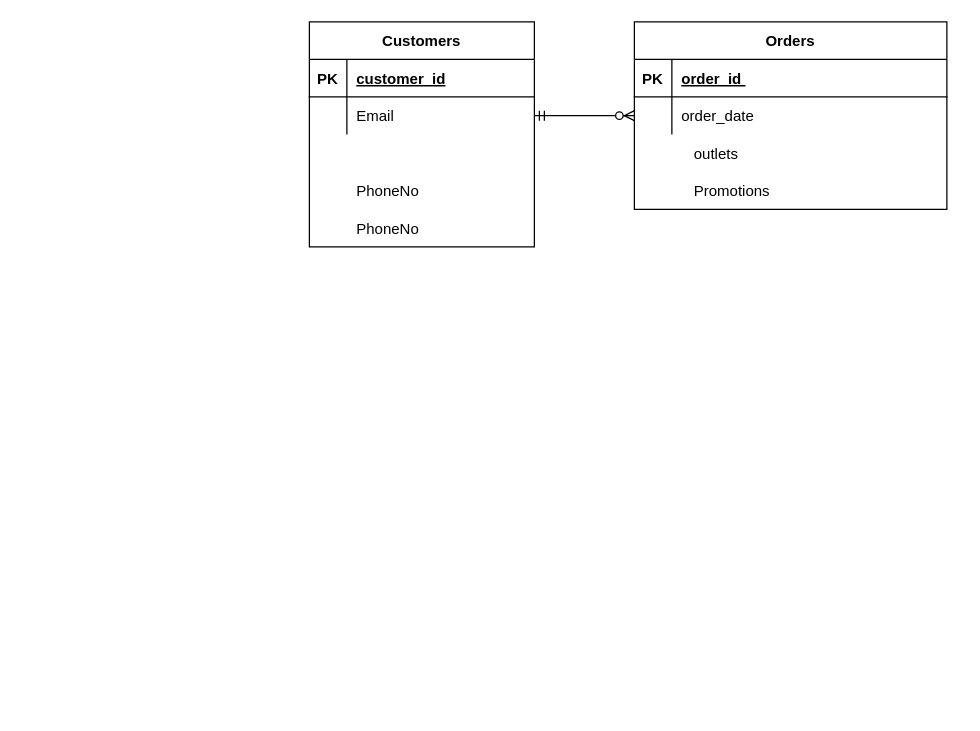
Before: Untitled Diagram.drawio in GoodJeans/Database_ICT330, a draw.io diagram. Source tidied: cells renumbered, new cells numbered last; positions are measured from the earlier drawing's top-left corner, leaving out a move shared by most shapes. Both pictures are drawn from the tidied source at 125%, with x=0, y=0 at pixel (309, 21).
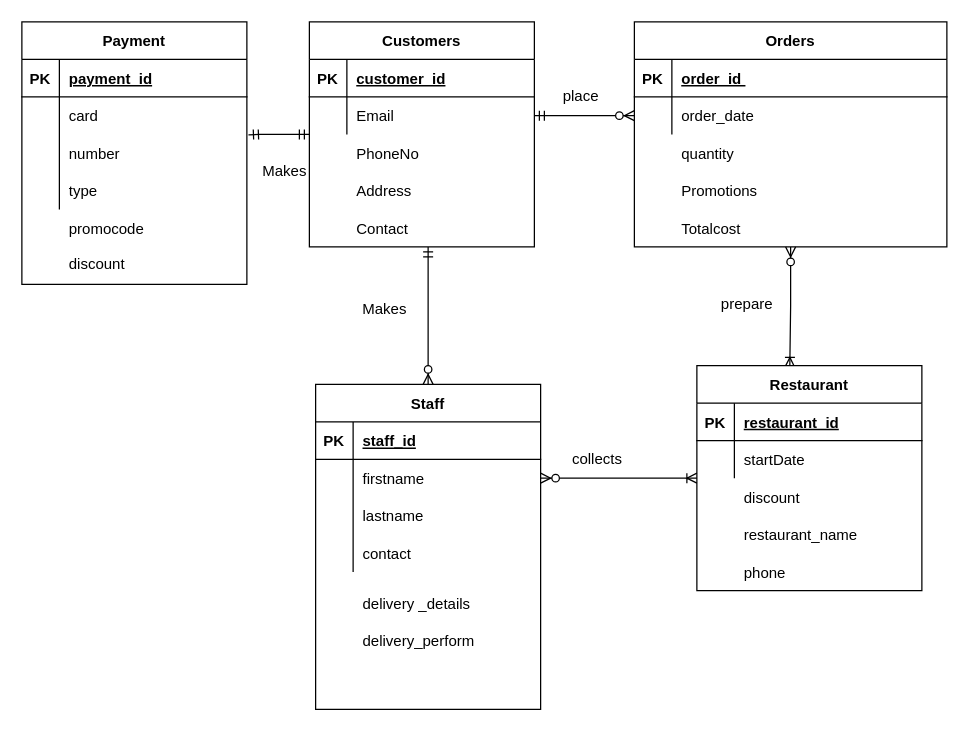
The same page after the edit.

Unchanged cells that the change refers to:
```xml
<mxCell id="9" value="Customers" style="shape=table;startSize=30;childLayout=tableLayout;rowLines=0;fontStyle=1;align=center;" parent="1" vertex="1">
  <mxGeometry width="180" height="180" as="geometry" />
</mxCell>
```

Diff of the diagram source:
```diff
@@
     <mxCell id="3" style="shape=partialRectangle;fillColor=none;top=0;left=0;right=0;bottom=0;" parent="1" vertex="1">
-      <mxGeometry x="270" y="90" width="250" height="30" as="geometry" />
+      <mxGeometry x="260" y="90" width="250" height="30" as="geometry" />
     </mxCell>
@@
-    <mxCell id="5" value="outlets" style="shape=partialRectangle;overflow=hidden;fillColor=none;top=0;left=0;bottom=0;right=0;align=left;spacingLeft=6;" parent="3" vertex="1">
+    <mxCell id="5" value="quantity" style="shape=partialRectangle;overflow=hidden;fillColor=none;top=0;left=0;bottom=0;right=0;align=left;spacingLeft=6;" parent="3" vertex="1">
       <mxGeometry x="30" width="220" height="30" as="geometry" />
     </mxCell>
     <mxCell id="6" value="Promotions" style="shape=partialRectangle;overflow=hidden;fillColor=none;top=0;left=0;bottom=0;right=0;align=left;spacingLeft=6;" parent="1" vertex="1">
-      <mxGeometry x="300" y="120" width="220" height="30" as="geometry" />
+      <mxGeometry x="290" y="120" width="190" height="30" as="geometry" />
     </mxCell>
     <mxCell id="7" value="PhoneNo" style="shape=partialRectangle;overflow=hidden;fillColor=none;top=0;left=0;bottom=0;right=0;align=left;spacingLeft=6;" parent="1" vertex="1">
-      <mxGeometry x="30" y="120" width="150" height="30" as="geometry" />
+      <mxGeometry x="30" y="90" width="150" height="30" as="geometry" />
     </mxCell>
-    <mxCell id="8" value="PhoneNo" style="shape=partialRectangle;overflow=hidden;fillColor=none;top=0;left=0;bottom=0;right=0;align=left;spacingLeft=6;" parent="1" vertex="1">
-      <mxGeometry x="30" y="150" width="150" height="30" as="geometry" />
+    <mxCell id="8" value="Address" style="shape=partialRectangle;overflow=hidden;fillColor=none;top=0;left=0;bottom=0;right=0;align=left;spacingLeft=6;" parent="1" vertex="1">
+      <mxGeometry x="30" y="120" width="150" height="30" as="geometry" />
     </mxCell>
+    <mxCell id="23" style="edgeStyle=orthogonalEdgeStyle;rounded=0;jettySize=auto;html=1;entryX=1.007;entryY=0.011;entryDx=0;entryDy=0;entryPerimeter=0;startArrow=ERmandOne;startFill=0;endArrow=ERmandOne;endFill=0;" parent="1" edge="1" source="9" target="43">
+      <mxGeometry relative="1" as="geometry">
+        <Array as="points">
+          <mxPoint x="-40" y="90" />
+          <mxPoint x="-40" y="90" />
+        </Array>
+      </mxGeometry>
+    </mxCell>
@@
+    <mxCell id="24" style="edgeStyle=orthogonalEdgeStyle;rounded=0;jettySize=auto;html=1;entryX=0.413;entryY=0.008;entryDx=0;entryDy=0;entryPerimeter=0;startArrow=ERzeroToMany;startFill=1;endArrow=ERoneToMany;endFill=0;" parent="1" edge="1" source="16" target="71">
+      <mxGeometry relative="1" as="geometry" />
+    </mxCell>
     <mxCell id="16" value="Orders" style="shape=table;startSize=30;childLayout=tableLayout;rowLines=0;fontStyle=1;align=center;" parent="1" vertex="1">
-      <mxGeometry x="260" width="250" height="150" as="geometry" />
+      <mxGeometry x="260" width="250" height="180" as="geometry" />
     </mxCell>
@@
+    <mxCell id="25" value="Contact" style="shape=partialRectangle;overflow=hidden;fillColor=none;top=0;left=0;bottom=0;right=0;align=left;spacingLeft=6;" parent="1" vertex="1">
+      <mxGeometry x="30" y="150" width="150" height="30" as="geometry" />
+    </mxCell>
+    <mxCell id="26" value="place" style="text;html=1;align=center;verticalAlign=middle;" parent="1" vertex="1">
+      <mxGeometry x="197" y="50" width="40" height="20" as="geometry" />
+    </mxCell>
+    <mxCell id="27" value="Totalcost" style="shape=partialRectangle;overflow=hidden;fillColor=none;top=0;left=0;bottom=0;right=0;align=left;spacingLeft=6;" parent="1" vertex="1">
+      <mxGeometry x="290" y="150" width="190" height="30" as="geometry" />
+    </mxCell>
+    <mxCell id="28" value="discount" style="shape=partialRectangle;fillColor=none;top=0;left=0;bottom=0;right=0;align=left;spacingLeft=6;overflow=hidden;" parent="1" vertex="1">
+      <mxGeometry x="-200" y="178" width="150" height="30" as="geometry" />
+    </mxCell>
+    <mxCell id="29" value="promocode" style="shape=partialRectangle;fillColor=none;top=0;left=0;bottom=0;right=0;align=left;spacingLeft=6;overflow=hidden;" parent="1" vertex="1">
+      <mxGeometry x="-200" y="150" width="150" height="30" as="geometry" />
+    </mxCell>
+    <mxCell id="30" value="discount" style="shape=partialRectangle;overflow=hidden;fillColor=none;top=0;left=0;bottom=0;right=0;align=left;spacingLeft=6;" parent="1" vertex="1">
+      <mxGeometry x="340" y="365" width="150" height="30" as="geometry" />
+    </mxCell>
+    <mxCell id="31" value="restaurant_name" style="shape=partialRectangle;overflow=hidden;fillColor=none;top=0;left=0;bottom=0;right=0;align=left;spacingLeft=6;" parent="1" vertex="1">
+      <mxGeometry x="340" y="395" width="150" height="30" as="geometry" />
+    </mxCell>
+    <mxCell id="32" value="phone" style="shape=partialRectangle;overflow=hidden;fillColor=none;top=0;left=0;bottom=0;right=0;align=left;spacingLeft=6;" parent="1" vertex="1">
+      <mxGeometry x="340" y="425" width="150" height="30" as="geometry" />
+    </mxCell>
+    <mxCell id="33" style="shape=partialRectangle;fillColor=none;top=0;left=0;right=0;bottom=0;" parent="1" vertex="1">
+      <mxGeometry x="310" y="210" width="70" height="30" as="geometry" />
+    </mxCell>
+    <mxCell id="34" style="shape=partialRectangle;overflow=hidden;fillColor=none;top=0;left=0;bottom=0;right=0;" parent="33" vertex="1">
+      <mxGeometry width="11.7" height="30" as="geometry" />
+    </mxCell>
+    <mxCell id="35" value="prepare" style="shape=partialRectangle;overflow=hidden;fillColor=none;top=0;left=0;bottom=0;right=0;align=left;spacingLeft=6;" parent="33" vertex="1">
+      <mxGeometry x="11.7" width="58.3" height="30" as="geometry" />
+    </mxCell>
+    <mxCell id="36" value="Payment" style="shape=table;startSize=30;childLayout=tableLayout;rowLines=0;fontStyle=1;align=center;" parent="1" vertex="1">
+      <mxGeometry x="-230" width="180" height="210" as="geometry" />
+    </mxCell>
+    <mxCell id="37" style="shape=partialRectangle;fillColor=none;top=0;left=0;bottom=1;right=0;" parent="36" vertex="1">
+      <mxGeometry y="30" width="180" height="30" as="geometry" />
+    </mxCell>
+    <mxCell id="38" value="PK" style="shape=partialRectangle;fillColor=none;top=0;left=0;bottom=0;right=0;fontStyle=1;overflow=hidden;" parent="37" vertex="1">
+      <mxGeometry width="30" height="30" as="geometry" />
+    </mxCell>
+    <mxCell id="39" value="payment_id" style="shape=partialRectangle;fillColor=none;top=0;left=0;bottom=0;right=0;align=left;spacingLeft=6;fontStyle=5;overflow=hidden;" parent="37" vertex="1">
+      <mxGeometry x="30" width="150" height="30" as="geometry" />
+    </mxCell>
+    <mxCell id="40" style="shape=partialRectangle;fillColor=none;top=0;left=0;bottom=0;right=0;" parent="36" vertex="1">
+      <mxGeometry y="60" width="180" height="30" as="geometry" />
+    </mxCell>
+    <mxCell id="41" style="shape=partialRectangle;fillColor=none;top=0;left=0;bottom=0;right=0;overflow=hidden;" parent="40" vertex="1">
+      <mxGeometry width="30" height="30" as="geometry" />
+    </mxCell>
+    <mxCell id="42" value="card" style="shape=partialRectangle;fillColor=none;top=0;left=0;bottom=0;right=0;align=left;spacingLeft=6;overflow=hidden;" parent="40" vertex="1">
+      <mxGeometry x="30" width="150" height="30" as="geometry" />
+    </mxCell>
+    <mxCell id="43" style="shape=partialRectangle;fillColor=none;top=0;left=0;bottom=0;right=0;points=[[0,0.5],[1,0.5]];portConstraint=eastwest;" parent="36" vertex="1">
+      <mxGeometry y="90" width="180" height="30" as="geometry" />
+    </mxCell>
+    <mxCell id="44" style="shape=partialRectangle;fillColor=none;top=0;left=0;bottom=0;right=0;overflow=hidden;" parent="43" vertex="1">
+      <mxGeometry width="30" height="30" as="geometry" />
+    </mxCell>
+    <mxCell id="45" value="number" style="shape=partialRectangle;fillColor=none;top=0;left=0;bottom=0;right=0;align=left;spacingLeft=6;overflow=hidden;" parent="43" vertex="1">
+      <mxGeometry x="30" width="150" height="30" as="geometry" />
+    </mxCell>
+    <mxCell id="46" style="shape=partialRectangle;fillColor=none;top=0;left=0;bottom=0;right=0;" parent="36" vertex="1">
+      <mxGeometry y="120" width="180" height="30" as="geometry" />
+    </mxCell>
+    <mxCell id="47" style="shape=partialRectangle;fillColor=none;top=0;left=0;bottom=0;right=0;overflow=hidden;" parent="46" vertex="1">
+      <mxGeometry width="30" height="30" as="geometry" />
+    </mxCell>
+    <mxCell id="48" value="type" style="shape=partialRectangle;fillColor=none;top=0;left=0;bottom=0;right=0;align=left;spacingLeft=6;overflow=hidden;" parent="46" vertex="1">
+      <mxGeometry x="30" width="150" height="30" as="geometry" />
+    </mxCell>
+    <mxCell id="49" value="Makes" style="text;html=1;align=center;verticalAlign=middle;" parent="1" vertex="1">
+      <mxGeometry x="35" y="220" width="50" height="20" as="geometry" />
+    </mxCell>
+    <mxCell id="50" value="Makes" style="text;html=1;align=center;verticalAlign=middle;" parent="1" vertex="1">
+      <mxGeometry x="-45" y="110" width="50" height="20" as="geometry" />
+    </mxCell>
+    <mxCell id="51" style="edgeStyle=orthogonalEdgeStyle;rounded=0;jettySize=auto;html=1;entryX=0;entryY=0.5;entryDx=0;entryDy=0;startArrow=ERzeroToMany;startFill=1;endArrow=ERoneToMany;endFill=0;" parent="1" edge="1" source="62" target="71">
+      <mxGeometry relative="1" as="geometry" />
+    </mxCell>
+    <mxCell id="52" value="collects" style="text;html=1;align=center;verticalAlign=middle;" parent="1" vertex="1">
+      <mxGeometry x="200" y="340" width="60" height="20" as="geometry" />
+    </mxCell>
+    <mxCell id="53" value="delivery _details" style="shape=partialRectangle;fillColor=none;top=0;left=0;bottom=0;right=0;align=left;spacingLeft=6;overflow=hidden;" parent="1" vertex="1">
+      <mxGeometry x="35" y="450" width="150" height="30" as="geometry" />
+    </mxCell>
+    <mxCell id="54" style="shape=partialRectangle;fillColor=none;top=0;left=0;bottom=0;right=0;" parent="1" vertex="1">
+      <mxGeometry x="5" y="480" width="180" height="30" as="geometry" />
+    </mxCell>
+    <mxCell id="55" style="shape=partialRectangle;fillColor=none;top=0;left=0;bottom=0;right=0;overflow=hidden;" parent="54" vertex="1">
+      <mxGeometry width="30" height="30" as="geometry" />
+    </mxCell>
+    <mxCell id="56" value="delivery_perform" style="shape=partialRectangle;fillColor=none;top=0;left=0;bottom=0;right=0;align=left;spacingLeft=6;overflow=hidden;" parent="54" vertex="1">
+      <mxGeometry x="30" width="150" height="30" as="geometry" />
+    </mxCell>
+    <mxCell id="57" style="edgeStyle=orthogonalEdgeStyle;rounded=0;jettySize=auto;html=1;startArrow=ERzeroToMany;startFill=1;endArrow=ERmandOne;endFill=0;" parent="1" edge="1" source="58">
+      <mxGeometry relative="1" as="geometry">
+        <mxPoint x="95" y="180" as="targetPoint" />
+      </mxGeometry>
+    </mxCell>
+    <mxCell id="58" value="Staff" style="shape=table;startSize=30;childLayout=tableLayout;rowLines=0;fontStyle=1;align=center;" parent="1" vertex="1">
+      <mxGeometry x="5" y="290" width="180" height="260" as="geometry" />
+    </mxCell>
+    <mxCell id="59" style="shape=partialRectangle;fillColor=none;top=0;left=0;bottom=1;right=0;" parent="58" vertex="1">
+      <mxGeometry y="30" width="180" height="30" as="geometry" />
+    </mxCell>
+    <mxCell id="60" value="PK" style="shape=partialRectangle;fillColor=none;top=0;left=0;bottom=0;right=0;fontStyle=1;overflow=hidden;" parent="59" vertex="1">
+      <mxGeometry width="30" height="30" as="geometry" />
+    </mxCell>
+    <mxCell id="61" value="staff_id" style="shape=partialRectangle;fillColor=none;top=0;left=0;bottom=0;right=0;align=left;spacingLeft=6;fontStyle=5;overflow=hidden;" parent="59" vertex="1">
+      <mxGeometry x="30" width="150" height="30" as="geometry" />
+    </mxCell>
+    <mxCell id="62" style="shape=partialRectangle;fillColor=none;top=0;left=0;bottom=0;right=0;points=[[0,0.5],[1,0.5]];portConstraint=eastwest;" parent="58" vertex="1">
+      <mxGeometry y="60" width="180" height="30" as="geometry" />
+    </mxCell>
+    <mxCell id="63" style="shape=partialRectangle;fillColor=none;top=0;left=0;bottom=0;right=0;overflow=hidden;" parent="62" vertex="1">
+      <mxGeometry width="30" height="30" as="geometry" />
+    </mxCell>
+    <mxCell id="64" value="firstname" style="shape=partialRectangle;fillColor=none;top=0;left=0;bottom=0;right=0;align=left;spacingLeft=6;overflow=hidden;" parent="62" vertex="1">
+      <mxGeometry x="30" width="150" height="30" as="geometry" />
+    </mxCell>
+    <mxCell id="65" style="shape=partialRectangle;fillColor=none;top=0;left=0;bottom=0;right=0;" parent="58" vertex="1">
+      <mxGeometry y="90" width="180" height="30" as="geometry" />
+    </mxCell>
+    <mxCell id="66" style="shape=partialRectangle;fillColor=none;top=0;left=0;bottom=0;right=0;overflow=hidden;" parent="65" vertex="1">
+      <mxGeometry width="30" height="30" as="geometry" />
+    </mxCell>
+    <mxCell id="67" value="lastname" style="shape=partialRectangle;fillColor=none;top=0;left=0;bottom=0;right=0;align=left;spacingLeft=6;overflow=hidden;" parent="65" vertex="1">
+      <mxGeometry x="30" width="150" height="30" as="geometry" />
+    </mxCell>
+    <mxCell id="68" style="shape=partialRectangle;fillColor=none;top=0;left=0;bottom=0;right=0;" parent="58" vertex="1">
+      <mxGeometry y="120" width="180" height="30" as="geometry" />
+    </mxCell>
+    <mxCell id="69" style="shape=partialRectangle;fillColor=none;top=0;left=0;bottom=0;right=0;overflow=hidden;" parent="68" vertex="1">
+      <mxGeometry width="30" height="30" as="geometry" />
+    </mxCell>
+    <mxCell id="70" value="contact" style="shape=partialRectangle;fillColor=none;top=0;left=0;bottom=0;right=0;align=left;spacingLeft=6;overflow=hidden;" parent="68" vertex="1">
+      <mxGeometry x="30" width="150" height="30" as="geometry" />
+    </mxCell>
+    <mxCell id="71" value="Restaurant" style="shape=table;startSize=30;childLayout=tableLayout;rowLines=0;fontStyle=1;align=center;" parent="1" vertex="1">
+      <mxGeometry x="310" y="275" width="180" height="180" as="geometry" />
+    </mxCell>
+    <mxCell id="72" style="shape=partialRectangle;fillColor=none;top=0;left=0;right=0;bottom=1;" parent="71" vertex="1">
+      <mxGeometry y="30" width="180" height="30" as="geometry" />
+    </mxCell>
+    <mxCell id="73" value="PK" style="shape=partialRectangle;overflow=hidden;fillColor=none;top=0;left=0;bottom=0;right=0;fontStyle=1;" parent="72" vertex="1">
+      <mxGeometry width="30" height="30" as="geometry" />
+    </mxCell>
+    <mxCell id="74" value="restaurant_id" style="shape=partialRectangle;overflow=hidden;fillColor=none;top=0;left=0;bottom=0;right=0;align=left;spacingLeft=6;fontStyle=5;" parent="72" vertex="1">
+      <mxGeometry x="30" width="150" height="30" as="geometry" />
+    </mxCell>
+    <mxCell id="75" style="shape=partialRectangle;fillColor=none;top=0;left=0;right=0;bottom=0;" parent="71" vertex="1">
+      <mxGeometry y="60" width="180" height="30" as="geometry" />
+    </mxCell>
+    <mxCell id="76" style="shape=partialRectangle;overflow=hidden;fillColor=none;top=0;left=0;bottom=0;right=0;" parent="75" vertex="1">
+      <mxGeometry width="30" height="30" as="geometry" />
+    </mxCell>
+    <mxCell id="77" value="startDate" style="shape=partialRectangle;overflow=hidden;fillColor=none;top=0;left=0;bottom=0;right=0;align=left;spacingLeft=6;" parent="75" vertex="1">
+      <mxGeometry x="30" width="150" height="30" as="geometry" />
+    </mxCell>
```
